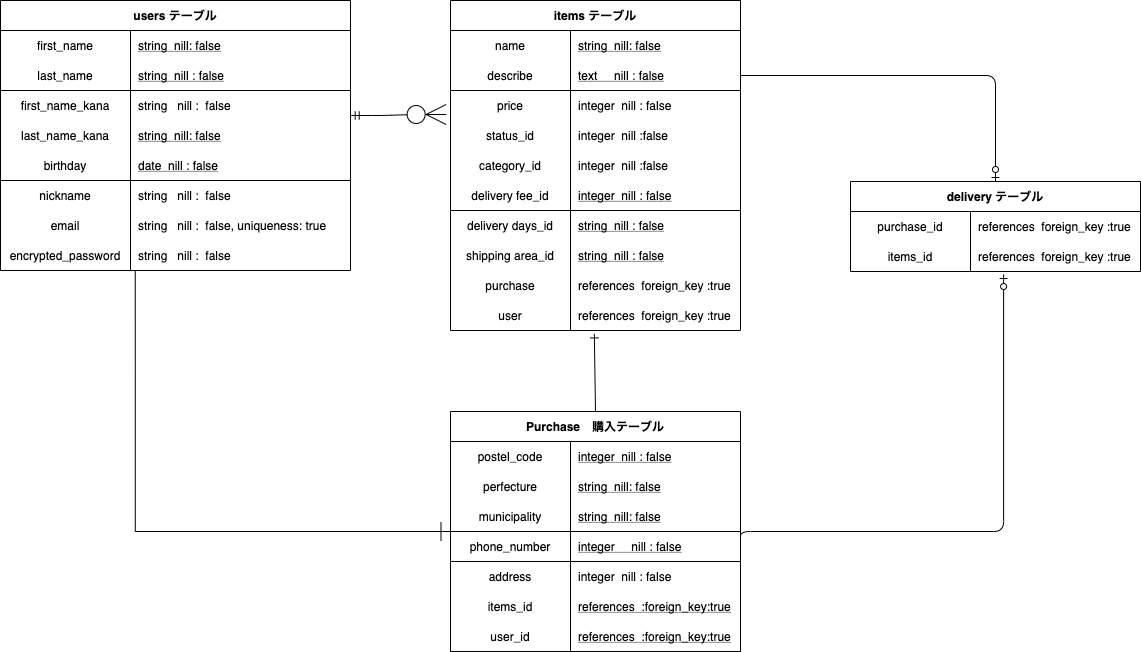
Before: ER_map.drawio.png, a diagram exported from draw.io (zerechi-m/furima-34474). Source tidied: cells renumbered, new cells last; positions are measured from the earlier drawing's top-left corner, leaving out a move shared by most shapes.
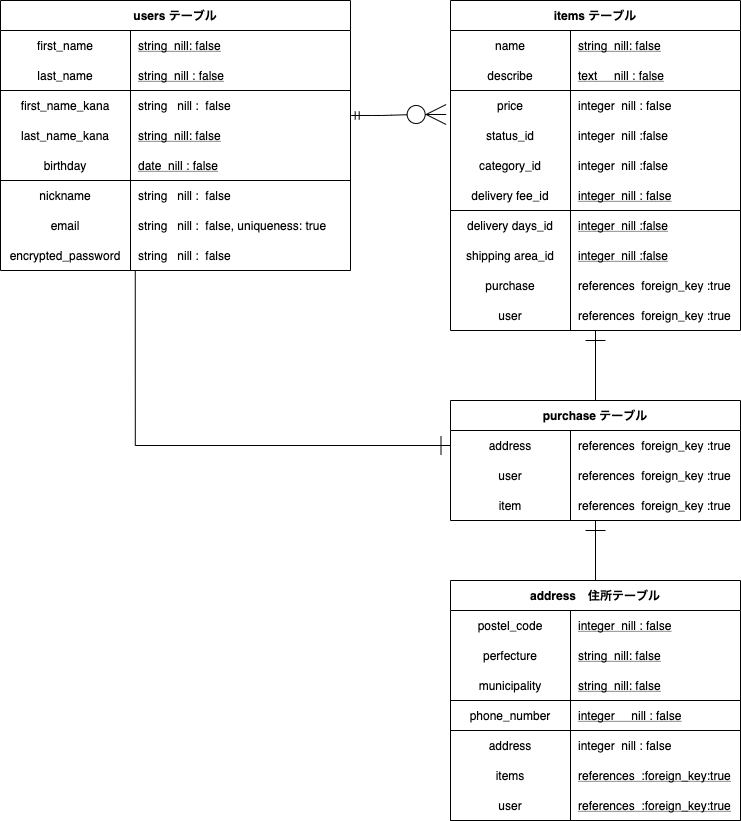
Later version of the same file.

Commit message:
ER図・READMEの修正

What changed in the source:
```diff
@@ -2,27 +2,6 @@
   <root>
     <mxCell id="0" />
     <mxCell id="1" parent="0" />
-    <mxCell id="2" value="delivery テーブル" style="shape=table;startSize=30;rowLines=0;fontStyle=1;align=center;" parent="1" vertex="1">
-      <mxGeometry x="850" y="181" width="290" height="90" as="geometry" />
-    </mxCell>
-    <mxCell id="3" style="shape=partialRectangle;fillColor=none;top=0;left=0;bottom=0;right=0;points=[[0,0.5],[1,0.5]];portConstraint=eastwest;" parent="2" vertex="1">
-      <mxGeometry y="30" width="290" height="30" as="geometry" />
-    </mxCell>
-    <mxCell id="4" value="purchase_id" style="shape=partialRectangle;top=0;left=0;bottom=0;right=0;overflow=hidden;fillColor=none;strokeWidth=1;" parent="3" vertex="1">
-      <mxGeometry width="120" height="30" as="geometry" />
-    </mxCell>
-    <mxCell id="5" value="references  foreign_key :true" style="shape=partialRectangle;top=0;left=0;bottom=0;right=0;align=left;spacingLeft=6;overflow=hidden;fillColor=none;strokeWidth=1;" parent="3" vertex="1">
-      <mxGeometry x="120" width="170" height="30" as="geometry" />
-    </mxCell>
-    <mxCell id="6" style="shape=partialRectangle;fillColor=none;top=0;left=0;bottom=0;right=0;points=[[0,0.5],[1,0.5]];portConstraint=eastwest;" parent="2" vertex="1">
-      <mxGeometry y="60" width="290" height="30" as="geometry" />
-    </mxCell>
-    <mxCell id="7" value="items_id" style="shape=partialRectangle;top=0;left=0;bottom=0;right=0;overflow=hidden;fillColor=none;strokeWidth=1;" parent="6" vertex="1">
-      <mxGeometry width="120" height="30" as="geometry" />
-    </mxCell>
-    <mxCell id="8" value="references  foreign_key :true" style="shape=partialRectangle;top=0;left=0;bottom=0;right=0;align=left;spacingLeft=6;overflow=hidden;fillColor=none;strokeWidth=1;" parent="6" vertex="1">
-      <mxGeometry x="120" width="170" height="30" as="geometry" />
-    </mxCell>
     <mxCell id="9" value="users テーブル" style="shape=table;startSize=30;rowLines=0;fontStyle=1;align=center;" parent="1" vertex="1">
       <mxGeometry width="350" height="270" as="geometry" />
     </mxCell>
@@ -161,7 +140,7 @@
     <mxCell id="54" value="delivery days_id" style="shape=partialRectangle;fillColor=none;top=0;left=0;bottom=0;right=0;fontStyle=0;overflow=hidden;" parent="53" vertex="1">
       <mxGeometry width="120" height="30" as="geometry" />
     </mxCell>
-    <mxCell id="55" value="string  nill : false" style="shape=partialRectangle;fillColor=none;top=0;left=0;bottom=0;right=0;align=left;spacingLeft=6;fontStyle=4;overflow=hidden;" parent="53" vertex="1">
+    <mxCell id="55" value="integer  nill :false" style="shape=partialRectangle;fillColor=none;top=0;left=0;bottom=0;right=0;align=left;spacingLeft=6;fontStyle=4;overflow=hidden;" parent="53" vertex="1">
       <mxGeometry x="120" width="170" height="30" as="geometry" />
     </mxCell>
     <mxCell id="56" style="shape=partialRectangle;fillColor=none;top=0;left=0;bottom=0;right=0;" parent="34" vertex="1">
@@ -170,7 +149,7 @@
     <mxCell id="57" value="shipping area_id" style="shape=partialRectangle;fillColor=none;top=0;left=0;bottom=0;right=0;fontStyle=0;overflow=hidden;" parent="56" vertex="1">
       <mxGeometry width="120" height="30" as="geometry" />
     </mxCell>
-    <mxCell id="58" value="string  nill : false" style="shape=partialRectangle;fillColor=none;top=0;left=0;bottom=0;right=0;align=left;spacingLeft=6;fontStyle=4;overflow=hidden;" parent="56" vertex="1">
+    <mxCell id="58" value="integer  nill :false" style="shape=partialRectangle;fillColor=none;top=0;left=0;bottom=0;right=0;align=left;spacingLeft=6;fontStyle=4;overflow=hidden;" parent="56" vertex="1">
       <mxGeometry x="120" width="170" height="30" as="geometry" />
     </mxCell>
     <mxCell id="59" style="shape=partialRectangle;fillColor=none;top=0;left=0;bottom=0;right=0;" parent="34" vertex="1">
@@ -191,8 +170,11 @@
     <mxCell id="64" value="references  foreign_key :true" style="shape=partialRectangle;top=0;left=0;bottom=0;right=0;align=left;spacingLeft=6;overflow=hidden;fillColor=none;strokeWidth=1;" parent="62" vertex="1">
       <mxGeometry x="120" width="170" height="30" as="geometry" />
     </mxCell>
+    <mxCell id="92" style="edgeStyle=none;rounded=1;jettySize=auto;html=1;exitX=0.5;exitY=0;exitDx=0;exitDy=0;startSize=9;endArrow=ERone;endFill=0;endSize=18;strokeWidth=1;fontColor=#f0f0f0;" parent="1" edge="1" source="65" target="99">
+      <mxGeometry relative="1" as="geometry" />
+    </mxCell>
-    <mxCell id="65" value="Purchase　購入テーブル" style="shape=table;startSize=30;rowLines=0;fontStyle=1;align=center;" parent="1" vertex="1">
-      <mxGeometry x="450" y="411" width="290" height="240" as="geometry" />
+    <mxCell id="65" value="address　住所テーブル" style="shape=table;startSize=30;rowLines=0;fontStyle=1;align=center;" parent="1" vertex="1">
+      <mxGeometry x="450" y="580" width="290" height="240" as="geometry" />
     </mxCell>
     <mxCell id="66" style="shape=partialRectangle;fillColor=none;top=0;left=0;bottom=0;right=0;" parent="65" vertex="1">
       <mxGeometry y="30" width="290" height="30" as="geometry" />
@@ -242,7 +224,7 @@
     <mxCell id="81" style="shape=partialRectangle;fillColor=none;top=0;left=0;bottom=0;right=0;" parent="65" vertex="1">
       <mxGeometry y="180" width="290" height="30" as="geometry" />
     </mxCell>
-    <mxCell id="82" value="items_id" style="shape=partialRectangle;fillColor=none;top=0;left=0;bottom=0;right=0;fontStyle=0;overflow=hidden;" parent="81" vertex="1">
+    <mxCell id="82" value="items" style="shape=partialRectangle;fillColor=none;top=0;left=0;bottom=0;right=0;fontStyle=0;overflow=hidden;" parent="81" vertex="1">
       <mxGeometry width="120" height="30" as="geometry" />
     </mxCell>
     <mxCell id="83" value="references  :foreign_key:true" style="shape=partialRectangle;fillColor=none;top=0;left=0;bottom=0;right=0;align=left;spacingLeft=6;fontStyle=4;overflow=hidden;" parent="81" vertex="1">
@@ -251,32 +233,50 @@
     <mxCell id="84" style="shape=partialRectangle;fillColor=none;top=0;left=0;bottom=1;right=0;" parent="65" vertex="1">
       <mxGeometry y="210" width="290" height="30" as="geometry" />
     </mxCell>
-    <mxCell id="85" value="user_id" style="shape=partialRectangle;fillColor=none;top=0;left=0;bottom=0;right=0;fontStyle=0;overflow=hidden;" parent="84" vertex="1">
+    <mxCell id="85" value="user" style="shape=partialRectangle;fillColor=none;top=0;left=0;bottom=0;right=0;fontStyle=0;overflow=hidden;" parent="84" vertex="1">
       <mxGeometry width="120" height="30" as="geometry" />
     </mxCell>
     <mxCell id="86" value="references  :foreign_key:true" style="shape=partialRectangle;fillColor=none;top=0;left=0;bottom=0;right=0;align=left;spacingLeft=6;fontStyle=4;overflow=hidden;" parent="84" vertex="1">
       <mxGeometry x="120" width="170" height="30" as="geometry" />
     </mxCell>
-    <mxCell id="87" style="edgeStyle=orthogonalEdgeStyle;fontSize=12;html=1;endArrow=ERone;endFill=0;endSize=17;rounded=0;startSize=9;exitX=0.385;exitY=1;exitDx=0;exitDy=0;exitPerimeter=0;entryX=0;entryY=0.5;entryDx=0;entryDy=0;" parent="1" edge="1" source="31" target="65">
+    <mxCell id="87" style="edgeStyle=orthogonalEdgeStyle;fontSize=12;html=1;endArrow=ERone;endFill=0;endSize=17;rounded=0;startSize=9;exitX=0.385;exitY=1;exitDx=0;exitDy=0;exitPerimeter=0;entryX=0;entryY=0.5;entryDx=0;entryDy=0;" parent="1" edge="1" source="31" target="3">
       <mxGeometry relative="1" as="geometry" />
     </mxCell>
     <mxCell id="88" style="edgeStyle=entityRelationEdgeStyle;fontSize=12;html=1;endArrow=ERzeroToMany;startArrow=ERmandOne;entryX=-0.015;entryY=0.8;entryDx=0;entryDy=0;entryPerimeter=0;exitX=1.002;exitY=0.833;exitDx=0;exitDy=0;exitPerimeter=0;strokeWidth=1;endSize=18;" parent="1" edge="1" source="16" target="41">
       <mxGeometry relative="1" as="geometry" />
     </mxCell>
-    <mxCell id="89" style="fontSize=12;html=1;endArrow=ERone;endFill=0;strokeWidth=1;entryX=0.496;entryY=1.113;entryDx=0;entryDy=0;entryPerimeter=0;exitX=0.5;exitY=0;exitDx=0;exitDy=0;" parent="1" edge="1" source="65" target="62">
-      <mxGeometry relative="1" as="geometry" />
-    </mxCell>
-    <mxCell id="90" style="edgeStyle=orthogonalEdgeStyle;fontSize=12;html=1;endArrow=ERzeroToOne;endFill=1;strokeWidth=1;entryX=0.528;entryY=1.1;entryDx=0;entryDy=0;entryPerimeter=0;" parent="1" edge="1" target="6">
-      <mxGeometry relative="1" as="geometry">
-        <mxPoint x="740" y="541" as="sourcePoint" />
-        <Array as="points">
-          <mxPoint x="740" y="531" />
-          <mxPoint x="1003" y="531" />
-        </Array>
-      </mxGeometry>
-    </mxCell>
-    <mxCell id="91" style="edgeStyle=orthogonalEdgeStyle;fontSize=12;html=1;endArrow=ERzeroToOne;endFill=1;strokeWidth=1;exitX=1;exitY=0.5;exitDx=0;exitDy=0;entryX=0.5;entryY=0;entryDx=0;entryDy=0;" parent="1" edge="1" source="38" target="2">
-      <mxGeometry relative="1" as="geometry" />
-    </mxCell>
+    <mxCell id="93" style="edgeStyle=none;rounded=1;jettySize=auto;html=1;exitX=0.5;exitY=0;exitDx=0;exitDy=0;startSize=9;endArrow=ERone;endFill=0;endSize=18;strokeWidth=1;fontColor=#f0f0f0;" parent="1" edge="1" source="94" target="62">
+      <mxGeometry relative="1" as="geometry" />
+    </mxCell>
+    <mxCell id="94" value="purchase テーブル" style="shape=table;startSize=30;rowLines=0;fontStyle=1;align=center;" parent="1" vertex="1">
+      <mxGeometry x="450" y="400" width="290" height="120" as="geometry" />
+    </mxCell>
+    <mxCell id="3" style="shape=partialRectangle;fillColor=none;top=0;left=0;bottom=0;right=0;points=[[0,0.5],[1,0.5]];portConstraint=eastwest;" parent="94" vertex="1">
+      <mxGeometry y="30" width="290" height="30" as="geometry" />
+    </mxCell>
+    <mxCell id="95" value="address" style="shape=partialRectangle;top=0;left=0;bottom=0;right=0;overflow=hidden;fillColor=none;strokeWidth=1;" parent="3" vertex="1">
+      <mxGeometry width="120" height="30" as="geometry" />
+    </mxCell>
+    <mxCell id="96" value="references  foreign_key :true" style="shape=partialRectangle;top=0;left=0;bottom=0;right=0;align=left;spacingLeft=6;overflow=hidden;fillColor=none;strokeWidth=1;" parent="3" vertex="1">
+      <mxGeometry x="120" width="170" height="30" as="geometry" />
+    </mxCell>
+    <mxCell id="6" style="shape=partialRectangle;fillColor=none;top=0;left=0;bottom=0;right=0;points=[[0,0.5],[1,0.5]];portConstraint=eastwest;" parent="94" vertex="1">
+      <mxGeometry y="60" width="290" height="30" as="geometry" />
+    </mxCell>
+    <mxCell id="97" value="user" style="shape=partialRectangle;top=0;left=0;bottom=0;right=0;overflow=hidden;fillColor=none;strokeWidth=1;" parent="6" vertex="1">
+      <mxGeometry width="120" height="30" as="geometry" />
+    </mxCell>
+    <mxCell id="98" value="references  foreign_key :true" style="shape=partialRectangle;top=0;left=0;bottom=0;right=0;align=left;spacingLeft=6;overflow=hidden;fillColor=none;strokeWidth=1;" parent="6" vertex="1">
+      <mxGeometry x="120" width="170" height="30" as="geometry" />
+    </mxCell>
+    <mxCell id="99" style="shape=partialRectangle;fillColor=none;top=0;left=0;bottom=0;right=0;points=[[0,0.5],[1,0.5]];portConstraint=eastwest;" parent="94" vertex="1">
+      <mxGeometry y="90" width="290" height="30" as="geometry" />
+    </mxCell>
+    <mxCell id="100" value="item" style="shape=partialRectangle;top=0;left=0;bottom=0;right=0;overflow=hidden;fillColor=none;strokeWidth=1;" parent="99" vertex="1">
+      <mxGeometry width="120" height="30" as="geometry" />
+    </mxCell>
+    <mxCell id="101" value="references  foreign_key :true" style="shape=partialRectangle;top=0;left=0;bottom=0;right=0;align=left;spacingLeft=6;overflow=hidden;fillColor=none;strokeWidth=1;" parent="99" vertex="1">
+      <mxGeometry x="120" width="170" height="30" as="geometry" />
+    </mxCell>
   </root>
 </mxGraphModel>
```
